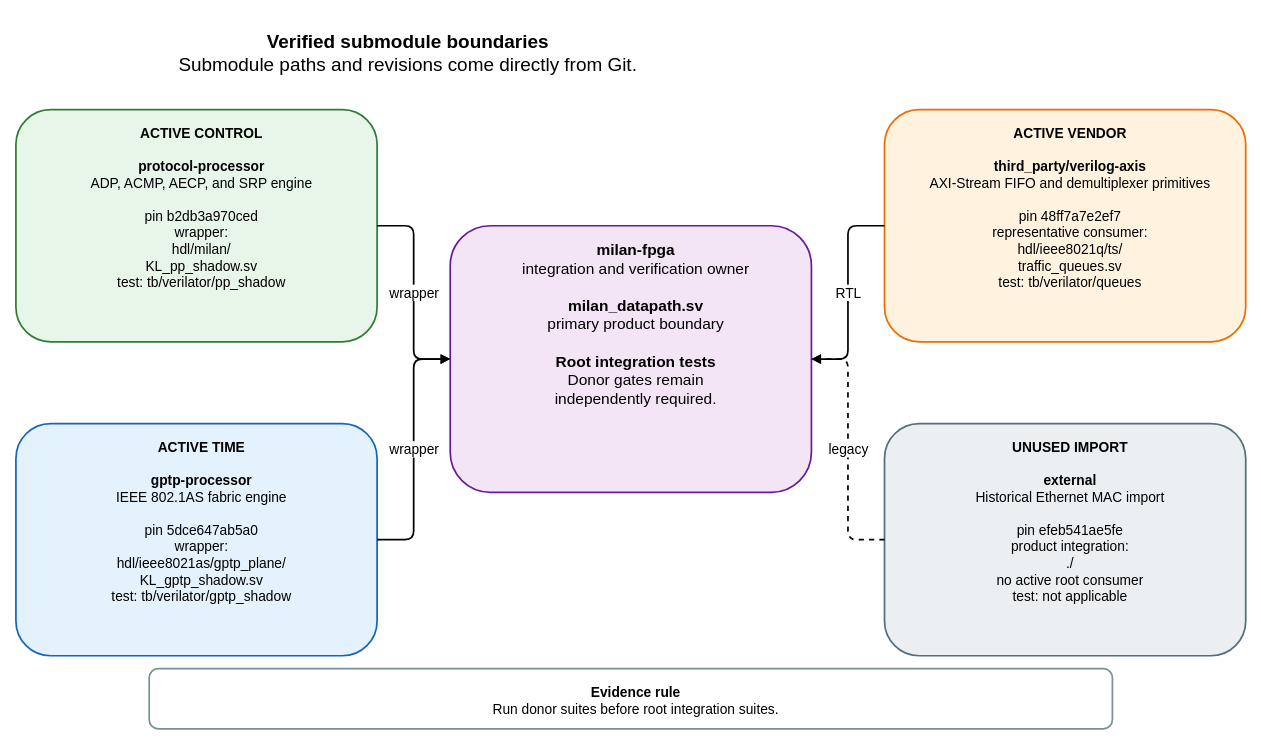
The draw.io diagram docs/diagrams/submodule_boundaries.drawio in kebag-logic/milan-fpga, before the edit. Source tidied: cells renumbered, new cells numbered last; positions are measured from the earlier drawing's top-left corner, leaving out a move shared by most shapes. Both pictures are drawn from the tidied source at 86%, with x=0, y=0 at pixel (15, 15).
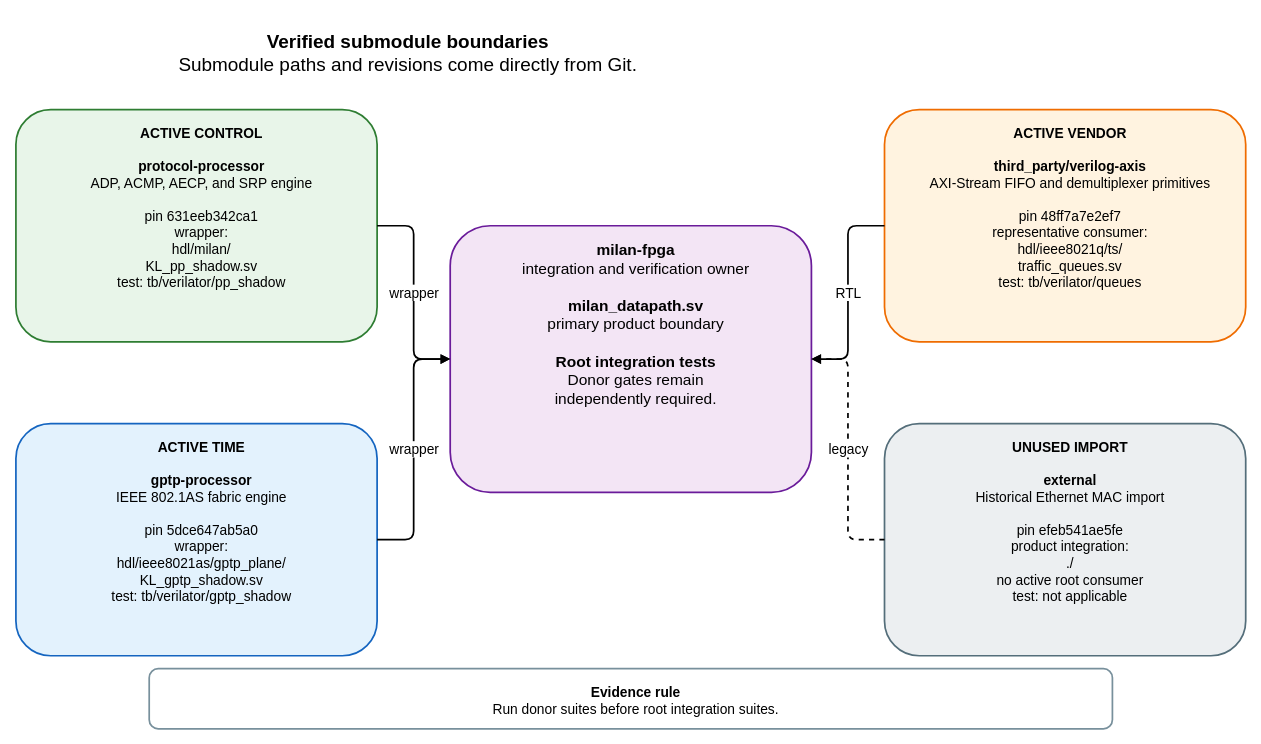
The same page after the edit.

Commit message (it also covers changes not shown here):
Regenerate the submodule boundary diagram at protocol-processor pin 631eeb34

Diff of the diagram source:
```diff
@@
 <mxGraphModel>
   <root>
     <mxCell id="0" />
     <mxCell id="1" parent="0" />
     <mxCell id="2" value="&lt;b&gt;Verified submodule boundaries&lt;/b&gt;&lt;br&gt;Submodule paths and revisions come directly from Git." style="rounded=1;whiteSpace=wrap;html=1;verticalAlign=top;spacingTop=12;spacingLeft=12;fontSize=22;fontFamily=Helvetica;fillColor=none;strokeColor=none;strokeWidth=2;" parent="1" vertex="1">
       <mxGeometry width="900" height="65" as="geometry" />
     </mxCell>
     <mxCell id="3" value="&lt;b&gt;milan-fpga&lt;/b&gt;&lt;br&gt;integration and verification owner&lt;br&gt;&lt;br&gt;&lt;b&gt;milan_datapath.sv&lt;/b&gt;&lt;br&gt;primary product boundary&lt;br&gt;&lt;br&gt;&lt;b&gt;Root integration tests&lt;/b&gt;&lt;br&gt;Donor gates remain&lt;br&gt;independently required." style="rounded=1;whiteSpace=wrap;html=1;verticalAlign=top;spacingTop=12;spacingLeft=12;fontSize=18;fontFamily=Helvetica;fillColor=#F3E5F5;strokeColor=#6A1B9A;strokeWidth=2;" parent="1" vertex="1">
       <mxGeometry x="505" y="245" width="420" height="310" as="geometry" />
     </mxCell>
-    <mxCell id="4" value="&lt;b&gt;ACTIVE CONTROL&lt;/b&gt;&lt;br&gt;&lt;br&gt;&lt;b&gt;protocol-processor&lt;/b&gt;&lt;br&gt;ADP, ACMP, AECP, and SRP engine&lt;br&gt;&lt;br&gt;pin b2db3a970ced&lt;br&gt;wrapper:&lt;br&gt;hdl/milan/&lt;br&gt;KL_pp_shadow.sv&lt;br&gt;test: tb/verilator/pp_shadow" style="rounded=1;whiteSpace=wrap;html=1;verticalAlign=top;spacingTop=12;spacingLeft=12;fontSize=16;fontFamily=Helvetica;fillColor=#E8F5E9;strokeColor=#2E7D32;strokeWidth=2;" parent="1" vertex="1">
+    <mxCell id="4" value="&lt;b&gt;ACTIVE CONTROL&lt;/b&gt;&lt;br&gt;&lt;br&gt;&lt;b&gt;protocol-processor&lt;/b&gt;&lt;br&gt;ADP, ACMP, AECP, and SRP engine&lt;br&gt;&lt;br&gt;pin 631eeb342ca1&lt;br&gt;wrapper:&lt;br&gt;hdl/milan/&lt;br&gt;KL_pp_shadow.sv&lt;br&gt;test: tb/verilator/pp_shadow" style="rounded=1;whiteSpace=wrap;html=1;verticalAlign=top;spacingTop=12;spacingLeft=12;fontSize=16;fontFamily=Helvetica;fillColor=#E8F5E9;strokeColor=#2E7D32;strokeWidth=2;" parent="1" vertex="1">
       <mxGeometry y="110" width="420" height="270" as="geometry" />
     </mxCell>
     <mxCell id="5" value="&lt;b&gt;ACTIVE TIME&lt;/b&gt;&lt;br&gt;&lt;br&gt;&lt;b&gt;gptp-processor&lt;/b&gt;&lt;br&gt;IEEE 802.1AS fabric engine&lt;br&gt;&lt;br&gt;pin 5dce647ab5a0&lt;br&gt;wrapper:&lt;br&gt;hdl/ieee8021as/gptp_plane/&lt;br&gt;KL_gptp_shadow.sv&lt;br&gt;test: tb/verilator/gptp_shadow" style="rounded=1;whiteSpace=wrap;html=1;verticalAlign=top;spacingTop=12;spacingLeft=12;fontSize=16;fontFamily=Helvetica;fillColor=#E3F2FD;strokeColor=#1565C0;strokeWidth=2;" parent="1" vertex="1">
       <mxGeometry y="475" width="420" height="270" as="geometry" />
     </mxCell>
     <mxCell id="6" value="&lt;b&gt;ACTIVE VENDOR&lt;/b&gt;&lt;br&gt;&lt;br&gt;&lt;b&gt;third_party/verilog-axis&lt;/b&gt;&lt;br&gt;AXI-Stream FIFO and demultiplexer primitives&lt;br&gt;&lt;br&gt;pin 48ff7a7e2ef7&lt;br&gt;representative consumer:&lt;br&gt;hdl/ieee8021q/ts/&lt;br&gt;traffic_queues.sv&lt;br&gt;test: tb/verilator/queues" style="rounded=1;whiteSpace=wrap;html=1;verticalAlign=top;spacingTop=12;spacingLeft=12;fontSize=16;fontFamily=Helvetica;fillColor=#FFF3E0;strokeColor=#EF6C00;strokeWidth=2;" parent="1" vertex="1">
       <mxGeometry x="1010" y="110" width="420" height="270" as="geometry" />
     </mxCell>
     <mxCell id="7" value="&lt;b&gt;UNUSED IMPORT&lt;/b&gt;&lt;br&gt;&lt;br&gt;&lt;b&gt;external&lt;/b&gt;&lt;br&gt;Historical Ethernet MAC import&lt;br&gt;&lt;br&gt;pin efeb541ae5fe&lt;br&gt;product integration:&lt;br&gt;./&lt;br&gt;no active root consumer&lt;br&gt;test: not applicable" style="rounded=1;whiteSpace=wrap;html=1;verticalAlign=top;spacingTop=12;spacingLeft=12;fontSize=16;fontFamily=Helvetica;fillColor=#ECEFF1;strokeColor=#546E7A;strokeWidth=2;" parent="1" vertex="1">
       <mxGeometry x="1010" y="475" width="420" height="270" as="geometry" />
     </mxCell>
     <mxCell id="8" value="wrapper" style="edgeStyle=orthogonalEdgeStyle;rounded=1;jettySize=auto;html=1;endArrow=block;endFill=1;strokeWidth=2;fontSize=16;fontFamily=Helvetica;labelBackgroundColor=#FFFFFF;" parent="1" edge="1" source="4" target="3">
       <mxGeometry relative="1" as="geometry" />
     </mxCell>
     <mxCell id="9" value="wrapper" style="edgeStyle=orthogonalEdgeStyle;rounded=1;jettySize=auto;html=1;endArrow=block;endFill=1;strokeWidth=2;fontSize=16;fontFamily=Helvetica;labelBackgroundColor=#FFFFFF;" parent="1" edge="1" source="5" target="3">
       <mxGeometry relative="1" as="geometry" />
     </mxCell>
     <mxCell id="10" value="RTL" style="edgeStyle=orthogonalEdgeStyle;rounded=1;jettySize=auto;html=1;endArrow=block;endFill=1;strokeWidth=2;fontSize=16;fontFamily=Helvetica;labelBackgroundColor=#FFFFFF;" parent="1" edge="1" source="6" target="3">
       <mxGeometry relative="1" as="geometry" />
     </mxCell>
     <mxCell id="11" value="legacy" style="edgeStyle=orthogonalEdgeStyle;rounded=1;jettySize=auto;html=1;endArrow=block;endFill=1;strokeWidth=2;fontSize=16;fontFamily=Helvetica;labelBackgroundColor=#FFFFFF;dashed=1;" parent="1" edge="1" source="7" target="3">
       <mxGeometry relative="1" as="geometry" />
     </mxCell>
     <mxCell id="12" value="&lt;b&gt;Evidence rule&lt;/b&gt;&lt;br&gt;Run donor suites before root integration suites." style="rounded=1;whiteSpace=wrap;html=1;verticalAlign=top;spacingTop=12;spacingLeft=12;fontSize=16;fontFamily=Helvetica;fillColor=#FFFFFF;strokeColor=#78909C;strokeWidth=2;" parent="1" vertex="1">
       <mxGeometry x="155" y="760" width="1120" height="70" as="geometry" />
     </mxCell>
   </root>
 </mxGraphModel>
```
